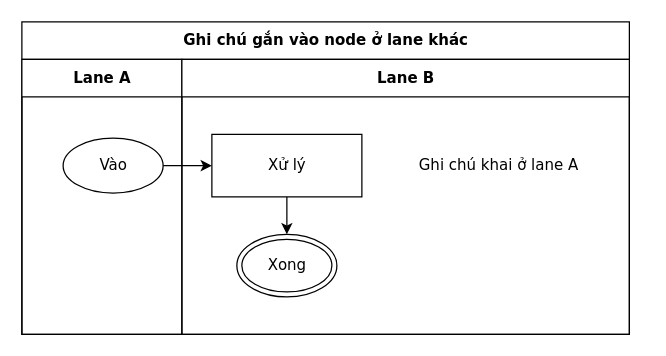
Earlier version of the draw.io diagram conformance/golden/optimize/cases-81-warn-attach-other-lane.drawio (luytbq/flowcast). Source tidied: cells renumbered, new cells numbered last; positions are measured from the earlier drawing's top-left corner, leaving out a move shared by most shapes. Both pictures are drawn from the tidied source at 125%, with x=0, y=0 at pixel (21, 21).
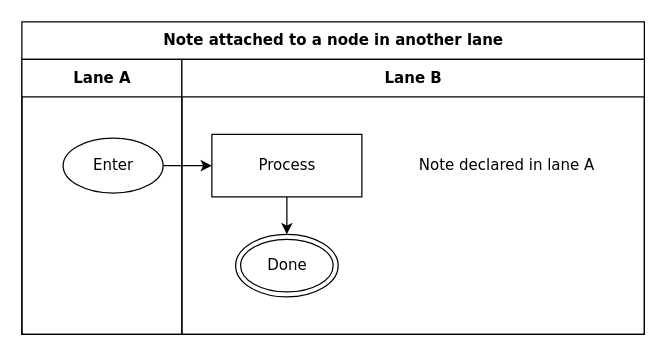
Above is the later version.

Change to the diagram source:
```diff
@@
 <mxGraphModel>
   <root>
     <mxCell id="0" />
     <mxCell id="1" parent="0" />
-    <mxCell id="2" value="Ghi chú gắn vào node ở lane khác" style="swimlane;html=1;startSize=30;fontStyle=1;fontFamily=Verdana;fontSize=12;flowtable=1;" parent="1" vertex="1">
-      <mxGeometry width="486" height="250" as="geometry" />
+    <mxCell id="2" value="Note attached to a node in another lane" style="swimlane;html=1;startSize=30;fontStyle=1;fontFamily=Verdana;fontSize=12;flowtable=1;" parent="1" vertex="1">
+      <mxGeometry width="498" height="250" as="geometry" />
     </mxCell>
     <mxCell id="3" value="Lane A" style="swimlane;html=1;startSize=30;fontFamily=Verdana;fontSize=12;flowtable=1;" parent="2" vertex="1">
       <mxGeometry y="30" width="128" height="220" as="geometry" />
     </mxCell>
     <mxCell id="4" value="Lane B" style="swimlane;html=1;startSize=30;fontFamily=Verdana;fontSize=12;flowtable=1;" parent="2" vertex="1">
-      <mxGeometry x="128" y="30" width="358" height="220" as="geometry" />
+      <mxGeometry x="128" y="30" width="370" height="220" as="geometry" />
     </mxCell>
-    <mxCell id="5" value="Vào" style="ellipse;html=1;fontFamily=Verdana;fontSize=12;flowtable=1;" parent="3" vertex="1">
+    <mxCell id="5" value="Enter" style="ellipse;html=1;fontFamily=Verdana;fontSize=12;flowtable=1;" parent="3" vertex="1">
       <mxGeometry x="33" y="63" width="80" height="44" as="geometry" />
     </mxCell>
-    <mxCell id="6" value="Xử lý" style="rounded=0;html=1;fontFamily=Verdana;fontSize=12;flowtable=1;" parent="4" vertex="1">
+    <mxCell id="6" value="Process" style="rounded=0;html=1;fontFamily=Verdana;fontSize=12;flowtable=1;" parent="4" vertex="1">
       <mxGeometry x="24" y="60" width="120" height="50" as="geometry" />
     </mxCell>
-    <mxCell id="7" value="Ghi chú khai ở lane A" style="text;html=1;align=left;verticalAlign=middle;spacingLeft=4;fontFamily=Verdana;fontSize=12;flowtable=1;" parent="4" vertex="1">
-      <mxGeometry x="184" y="71" width="150" height="28" as="geometry" />
+    <mxCell id="7" value="Note declared in lane A" style="text;html=1;align=left;verticalAlign=middle;spacingLeft=4;fontFamily=Verdana;fontSize=12;flowtable=1;" parent="4" vertex="1">
+      <mxGeometry x="184" y="71" width="162" height="28" as="geometry" />
     </mxCell>
-    <mxCell id="8" value="Xong" style="shape=doubleEllipse;html=1;fontFamily=Verdana;fontSize=12;flowtable=1;" parent="4" vertex="1">
-      <mxGeometry x="44" y="140" width="80" height="50" as="geometry" />
+    <mxCell id="8" value="Done" style="shape=doubleEllipse;html=1;fontFamily=Verdana;fontSize=12;flowtable=1;" parent="4" vertex="1">
+      <mxGeometry x="43" y="140" width="82" height="50" as="geometry" />
     </mxCell>
     <mxCell id="9" style="edgeStyle=orthogonalEdgeStyle;rounded=0;jettySize=auto;html=1;labelBackgroundColor=default;exitX=1;exitY=0.5;exitDx=0;exitDy=0;entryX=0;entryY=0.5;entryDx=0;entryDy=0;fontFamily=Verdana;fontSize=12;flowtable=1;" parent="2" edge="1" source="5" target="6">
       <mxGeometry relative="1" as="geometry" />
     </mxCell>
     <mxCell id="10" style="edgeStyle=orthogonalEdgeStyle;rounded=0;jettySize=auto;html=1;labelBackgroundColor=default;exitX=0.5;exitY=1;exitDx=0;exitDy=0;entryX=0.5;entryY=0;entryDx=0;entryDy=0;fontFamily=Verdana;fontSize=12;flowtable=1;" parent="2" edge="1" source="6" target="8">
       <mxGeometry relative="1" as="geometry" />
     </mxCell>
   </root>
 </mxGraphModel>
```
